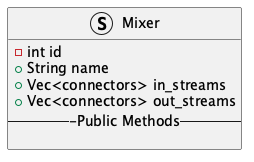
Above: blocks-module/Blocks_Module_Class_Diagram.png in OSCPS-Project/OSCPS-UML (PlantUML), before the change.
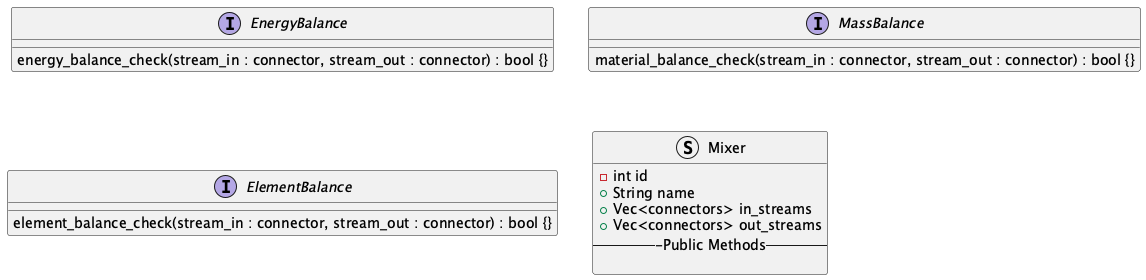
After the change.

Commit message:
updating branch with traits (calling them interfaces in plantuml)

The edit, as a diff of the source:
```diff
@@ -1,4 +1,21 @@
 @startuml Blocks_Module_Class_Diagram
+
+Interface EnergyBalance {
+  energy_balance_check(stream_in : connector, stream_out : connector) : bool {}
+}
+
+Interface MassBalance {
+  material_balance_check(stream_in : connector, stream_out : connector) : bool {}
+}
+
+
+Interface ElementBalance {
+  element_balance_check(stream_in : connector, stream_out : connector) : bool {}
+}
+
+
+
+
 
 Struct Mixer {
   - int id
```
